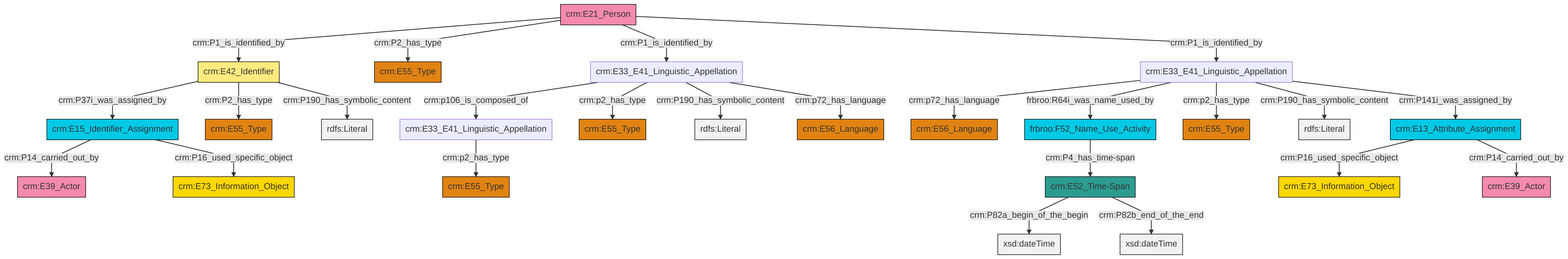
Before: et/personCSV/ttl/mmd/png/Person_Names_and_Classification.png, a diagram exported from Mermaid (swiss-art-research-net/docs.swissartresearch). Its source is kept beside it as et/personCSV/ttl/mmd/Person_Names_and_Classification.ttl.mmd.
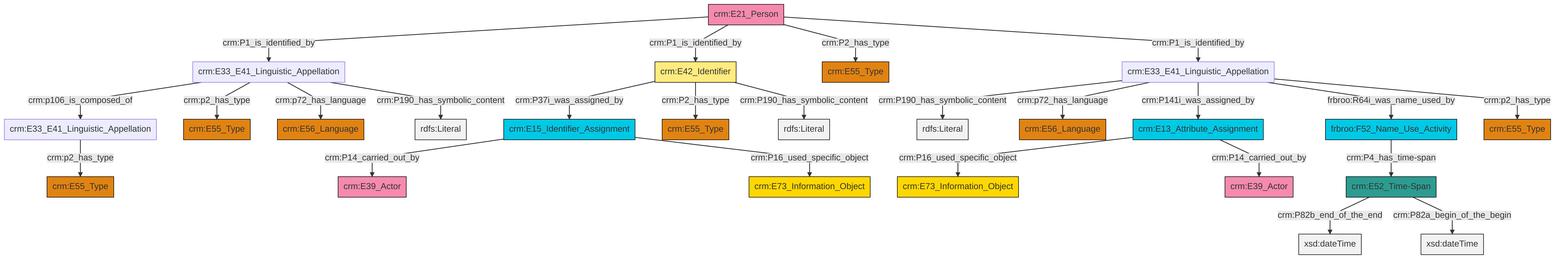
Above is the later version.

What changed in the source:
```diff
@@ -13,27 +13,27 @@
 classDef PC_Classes fill:#4ce600, stroke:#000000;
 classDef Multi fill:#cccccc,stroke:#000000;
 
-2["crm:E15_Identifier_Assignment"]:::Temporal_Entity -->|crm:P14_carried_out_by| 3["crm:E39_Actor"]:::Actor
-12["crm:E42_Identifier"]:::Appellation -->|crm:P37i_was_assigned_by| 2["crm:E15_Identifier_Assignment"]:::Temporal_Entity
-6["crm:E33_E41_Linguistic_Appellation"]:::Default -->|crm:p72_has_language| 13["crm:E56_Language"]:::Type
-14["crm:E21_Person"]:::Actor -->|crm:P1_is_identified_by| 12["crm:E42_Identifier"]:::Appellation
-6["crm:E33_E41_Linguistic_Appellation"]:::Default -->|frbroo:R64i_was_name_used_by| 10["frbroo:F52_Name_Use_Activity"]:::Temporal_Entity
-22["crm:E52_Time-Span"]:::Time-Span -->|crm:P82a_begin_of_the_begin| 23[xsd:dateTime]:::Literal
-24["crm:E13_Attribute_Assignment"]:::Temporal_Entity -->|crm:P16_used_specific_object| 25["crm:E73_Information_Object"]:::Conceptual_Object
-8["crm:E33_E41_Linguistic_Appellation"]:::Default -->|crm:p2_has_type| 15["crm:E55_Type"]:::Type
-6["crm:E33_E41_Linguistic_Appellation"]:::Default -->|crm:p2_has_type| 17["crm:E55_Type"]:::Type
-27["crm:E33_E41_Linguistic_Appellation"]:::Default -->|crm:p106_is_composed_of| 8["crm:E33_E41_Linguistic_Appellation"]:::Default
-6["crm:E33_E41_Linguistic_Appellation"]:::Default -->|crm:P190_has_symbolic_content| 31[rdfs:Literal]:::Literal
-27["crm:E33_E41_Linguistic_Appellation"]:::Default -->|crm:p2_has_type| 19["crm:E55_Type"]:::Type
-12["crm:E42_Identifier"]:::Appellation -->|crm:P2_has_type| 28["crm:E55_Type"]:::Type
-6["crm:E33_E41_Linguistic_Appellation"]:::Default -->|crm:P141i_was_assigned_by| 24["crm:E13_Attribute_Assignment"]:::Temporal_Entity
-24["crm:E13_Attribute_Assignment"]:::Temporal_Entity -->|crm:P14_carried_out_by| 32["crm:E39_Actor"]:::Actor
-10["frbroo:F52_Name_Use_Activity"]:::Temporal_Entity -->|crm:P4_has_time-span| 22["crm:E52_Time-Span"]:::Time-Span
-27["crm:E33_E41_Linguistic_Appellation"]:::Default -->|crm:P190_has_symbolic_content| 39[rdfs:Literal]:::Literal
-12["crm:E42_Identifier"]:::Appellation -->|crm:P190_has_symbolic_content| 41[rdfs:Literal]:::Literal
-27["crm:E33_E41_Linguistic_Appellation"]:::Default -->|crm:p72_has_language| 4["crm:E56_Language"]:::Type
-22["crm:E52_Time-Span"]:::Time-Span -->|crm:P82b_end_of_the_end| 42[xsd:dateTime]:::Literal
-2["crm:E15_Identifier_Assignment"]:::Temporal_Entity -->|crm:P16_used_specific_object| 0["crm:E73_Information_Object"]:::Conceptual_Object
-14["crm:E21_Person"]:::Actor -->|crm:P2_has_type| 43["crm:E55_Type"]:::Type
-14["crm:E21_Person"]:::Actor -->|crm:P1_is_identified_by| 27["crm:E33_E41_Linguistic_Appellation"]:::Default
-14["crm:E21_Person"]:::Actor -->|crm:P1_is_identified_by| 6["crm:E33_E41_Linguistic_Appellation"]:::Default
+0["crm:E13_Attribute_Assignment"]:::Temporal_Entity -->|crm:P16_used_specific_object| 1["crm:E73_Information_Object"]:::Conceptual_Object
+10["crm:E52_Time-Span"]:::Time-Span -->|crm:P82b_end_of_the_end| 11[xsd:dateTime]:::Literal
+14["crm:E21_Person"]:::Actor -->|crm:P1_is_identified_by| 15["crm:E33_E41_Linguistic_Appellation"]:::Default
+14["crm:E21_Person"]:::Actor -->|crm:P1_is_identified_by| 16["crm:E42_Identifier"]:::Appellation
+12["crm:E33_E41_Linguistic_Appellation"]:::Default -->|crm:P190_has_symbolic_content| 17[rdfs:Literal]:::Literal
+15["crm:E33_E41_Linguistic_Appellation"]:::Default -->|crm:p106_is_composed_of| 22["crm:E33_E41_Linguistic_Appellation"]:::Default
+23["crm:E15_Identifier_Assignment"]:::Temporal_Entity -->|crm:P14_carried_out_by| 24["crm:E39_Actor"]:::Actor
+23["crm:E15_Identifier_Assignment"]:::Temporal_Entity -->|crm:P16_used_specific_object| 25["crm:E73_Information_Object"]:::Conceptual_Object
+0["crm:E13_Attribute_Assignment"]:::Temporal_Entity -->|crm:P14_carried_out_by| 20["crm:E39_Actor"]:::Actor
+14["crm:E21_Person"]:::Actor -->|crm:P2_has_type| 4["crm:E55_Type"]:::Type
+15["crm:E33_E41_Linguistic_Appellation"]:::Default -->|crm:p2_has_type| 28["crm:E55_Type"]:::Type
+12["crm:E33_E41_Linguistic_Appellation"]:::Default -->|crm:p72_has_language| 18["crm:E56_Language"]:::Type
+10["crm:E52_Time-Span"]:::Time-Span -->|crm:P82a_begin_of_the_begin| 32[xsd:dateTime]:::Literal
+16["crm:E42_Identifier"]:::Appellation -->|crm:P37i_was_assigned_by| 23["crm:E15_Identifier_Assignment"]:::Temporal_Entity
+16["crm:E42_Identifier"]:::Appellation -->|crm:P2_has_type| 2["crm:E55_Type"]:::Type
+12["crm:E33_E41_Linguistic_Appellation"]:::Default -->|crm:P141i_was_assigned_by| 0["crm:E13_Attribute_Assignment"]:::Temporal_Entity
+15["crm:E33_E41_Linguistic_Appellation"]:::Default -->|crm:p72_has_language| 6["crm:E56_Language"]:::Type
+12["crm:E33_E41_Linguistic_Appellation"]:::Default -->|frbroo:R64i_was_name_used_by| 37["frbroo:F52_Name_Use_Activity"]:::Temporal_Entity
+14["crm:E21_Person"]:::Actor -->|crm:P1_is_identified_by| 12["crm:E33_E41_Linguistic_Appellation"]:::Default
+22["crm:E33_E41_Linguistic_Appellation"]:::Default -->|crm:p2_has_type| 39["crm:E55_Type"]:::Type
+12["crm:E33_E41_Linguistic_Appellation"]:::Default -->|crm:p2_has_type| 8["crm:E55_Type"]:::Type
+16["crm:E42_Identifier"]:::Appellation -->|crm:P190_has_symbolic_content| 45[rdfs:Literal]:::Literal
+37["frbroo:F52_Name_Use_Activity"]:::Temporal_Entity -->|crm:P4_has_time-span| 10["crm:E52_Time-Span"]:::Time-Span
+15["crm:E33_E41_Linguistic_Appellation"]:::Default -->|crm:P190_has_symbolic_content| 46[rdfs:Literal]:::Literal
```
